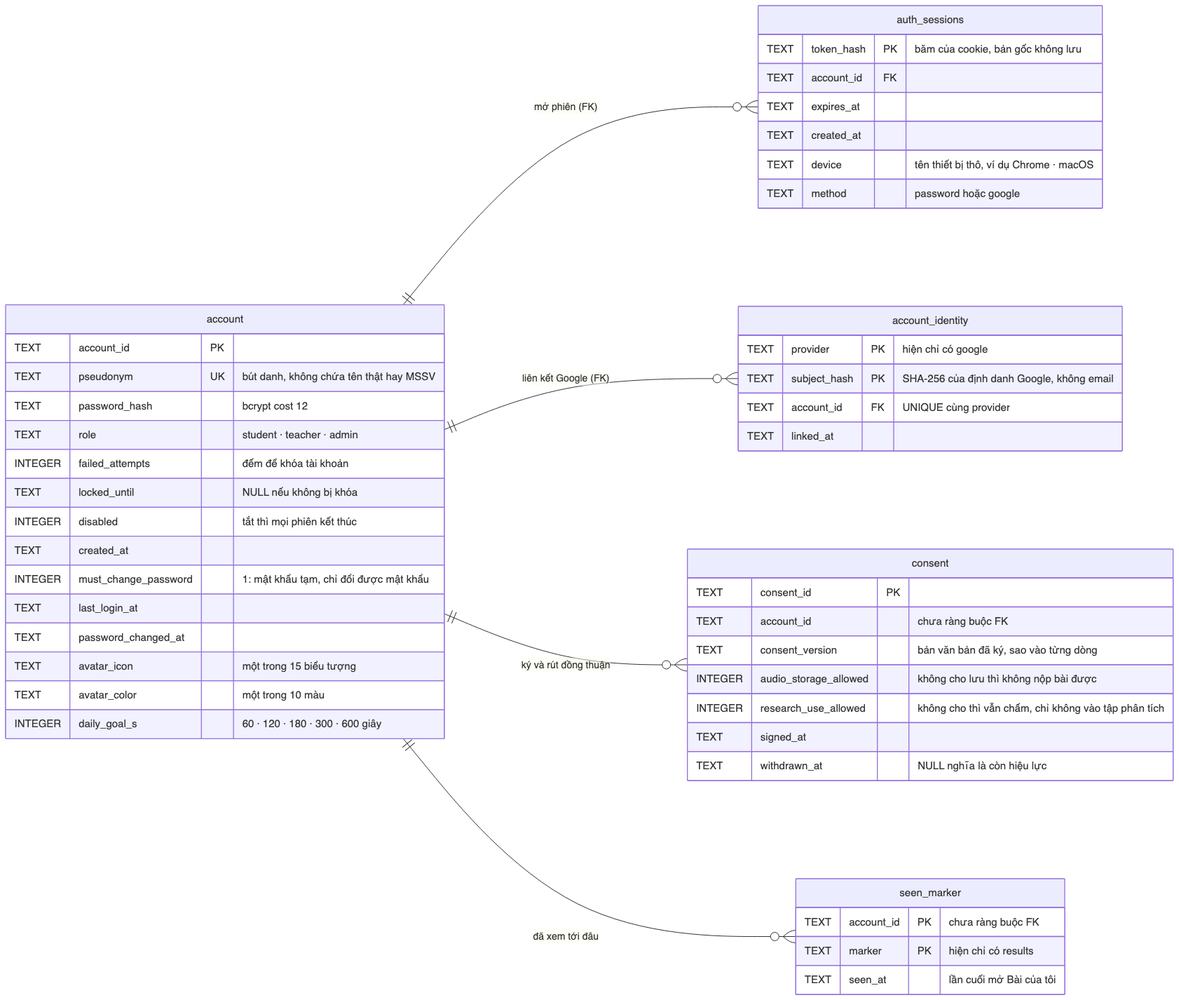
ThanhSangLouis/ai-assessor-cefr keeps this Mermaid diagram as docs/sdd/images/05c_erd_identity.png. Above is the earlier version. Its source is kept beside it as docs/sdd/diagrams/05c_erd_identity.mmd. Its diagram source:
```mermaid
%%{init: {"er": {"rankSpacing": 220}}}%%
erDiagram
    direction LR
    account ||--o{ auth_sessions : "mở phiên (FK)"
    account ||--o{ account_identity : "liên kết Google (FK)"
    account ||--o{ seen_marker : "đã xem tới đâu"

    account {
        TEXT account_id PK
        TEXT pseudonym UK "bút danh, không chứa tên thật hay MSSV"
        TEXT password_hash "bcrypt cost 12"
        TEXT role "student · teacher · admin"
        INTEGER failed_attempts "đếm để khóa tài khoản"
        TEXT locked_until "NULL nếu không bị khóa"
        INTEGER disabled "tắt thì mọi phiên kết thúc"
        TEXT created_at
        INTEGER must_change_password "1: mật khẩu tạm, chỉ đổi được mật khẩu"
        TEXT last_login_at
        TEXT password_changed_at
        TEXT avatar_icon "một trong 15 biểu tượng"
        TEXT avatar_color "một trong 10 màu"
        INTEGER daily_goal_s "60 · 120 · 180 · 300 · 600 giây"
        TEXT terms_accepted_at "NULL: chưa đồng ý điều khoản, chưa nộp bài được (D058)"
    }

    auth_sessions {
        TEXT token_hash PK "băm của cookie, bản gốc không lưu"
        TEXT account_id FK
        TEXT expires_at
        TEXT created_at
        TEXT device "tên thiết bị thô, ví dụ Chrome · macOS"
        TEXT method "password hoặc google"
    }

    account_identity {
        TEXT provider PK "hiện chỉ có google"
        TEXT subject_hash PK "SHA-256 của định danh Google, không email"
        TEXT account_id FK "UNIQUE cùng provider"
        TEXT linked_at
    }


    seen_marker {
        TEXT account_id PK "chưa ràng buộc FK"
        TEXT marker PK "hiện chỉ có results"
        TEXT seen_at "lần cuối mở Bài của tôi"
    }
```
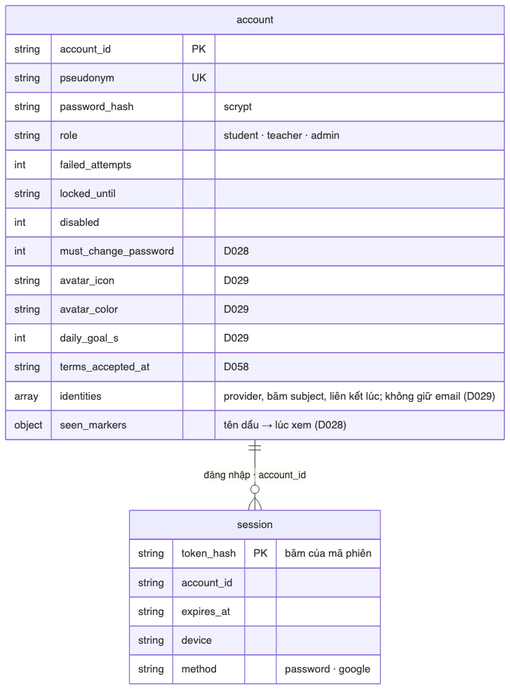
The same diagram one commit later.

What changed in the source:
```diff
@@ -1,47 +1,27 @@
-%%{init: {"er": {"rankSpacing": 220}}}%%
 erDiagram
-    direction LR
-    account ||--o{ auth_sessions : "mở phiên (FK)"
-    account ||--o{ account_identity : "liên kết Google (FK)"
-    account ||--o{ seen_marker : "đã xem tới đâu"
+    account ||--o{ session : "đăng nhập · account_id"
 
     account {
-        TEXT account_id PK
-        TEXT pseudonym UK "bút danh, không chứa tên thật hay MSSV"
-        TEXT password_hash "bcrypt cost 12"
-        TEXT role "student · teacher · admin"
-        INTEGER failed_attempts "đếm để khóa tài khoản"
-        TEXT locked_until "NULL nếu không bị khóa"
-        INTEGER disabled "tắt thì mọi phiên kết thúc"
-        TEXT created_at
-        INTEGER must_change_password "1: mật khẩu tạm, chỉ đổi được mật khẩu"
-        TEXT last_login_at
-        TEXT password_changed_at
-        TEXT avatar_icon "một trong 15 biểu tượng"
-        TEXT avatar_color "một trong 10 màu"
-        INTEGER daily_goal_s "60 · 120 · 180 · 300 · 600 giây"
-        TEXT terms_accepted_at "NULL: chưa đồng ý điều khoản, chưa nộp bài được (D058)"
+        string account_id PK
+        string pseudonym UK
+        string password_hash "scrypt"
+        string role "student · teacher · admin"
+        int failed_attempts
+        string locked_until
+        int disabled
+        int must_change_password "D028"
+        string avatar_icon "D029"
+        string avatar_color "D029"
+        int daily_goal_s "D029"
+        string terms_accepted_at "D058"
+        array identities "provider, băm subject, liên kết lúc; không giữ email (D029)"
+        object seen_markers "tên dấu → lúc xem (D028)"
     }
 
-    auth_sessions {
-        TEXT token_hash PK "băm của cookie, bản gốc không lưu"
-        TEXT account_id FK
-        TEXT expires_at
-        TEXT created_at
-        TEXT device "tên thiết bị thô, ví dụ Chrome · macOS"
-        TEXT method "password hoặc google"
+    session {
+        string token_hash PK "băm của mã phiên"
+        string account_id
+        string expires_at
+        string device
+        string method "password · google"
     }
-
-    account_identity {
-        TEXT provider PK "hiện chỉ có google"
-        TEXT subject_hash PK "SHA-256 của định danh Google, không email"
-        TEXT account_id FK "UNIQUE cùng provider"
-        TEXT linked_at
-    }
-
-
-    seen_marker {
-        TEXT account_id PK "chưa ràng buộc FK"
-        TEXT marker PK "hiện chỉ có results"
-        TEXT seen_at "lần cuối mở Bài của tôi"
-    }
```
